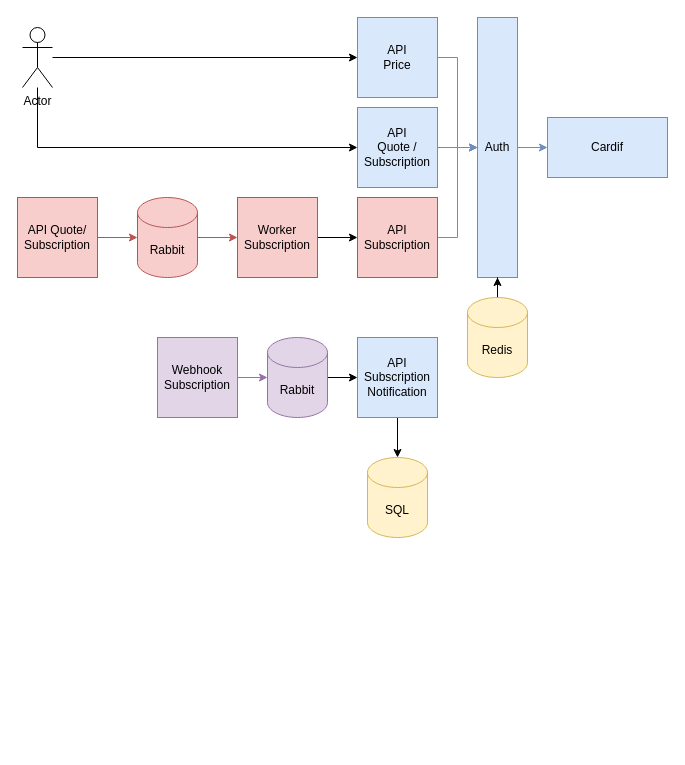
Earlier version of the draw.io diagram Untitled Diagram.drawio (fiewski/draw). Source tidied: cells renumbered, new cells numbered last; positions are measured from the earlier drawing's top-left corner, leaving out a move shared by most shapes. Both pictures are drawn from the tidied source at 100%, with x=0, y=0 at pixel (17, 17).
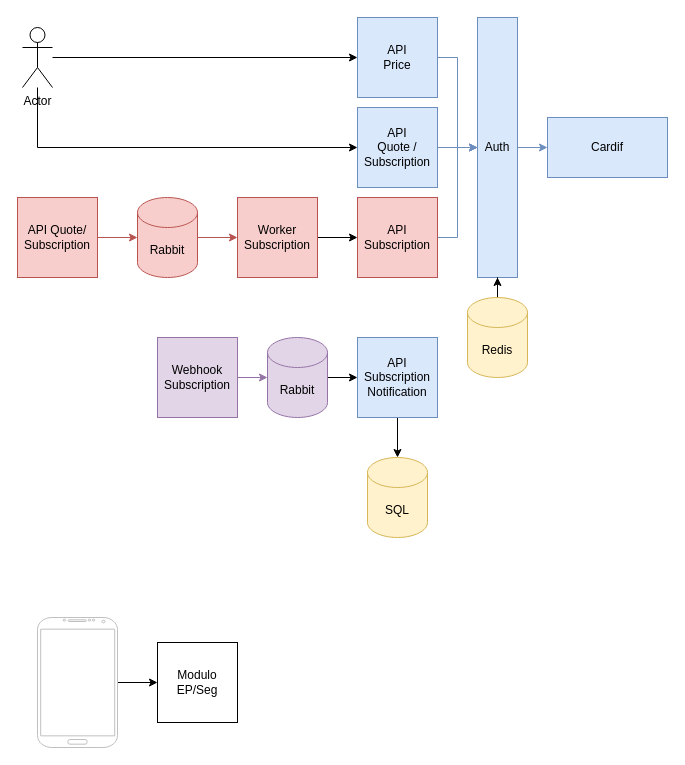
After the change.

Change to the diagram source:
```diff
@@
+    <mxCell id="29" style="edgeStyle=orthogonalEdgeStyle;rounded=0;jettySize=auto;html=1;" parent="1" edge="1" source="30" target="31">
+      <mxGeometry relative="1" as="geometry" />
+    </mxCell>
+    <mxCell id="30" style="verticalLabelPosition=bottom;verticalAlign=top;html=1;shadow=0;dashed=0;strokeWidth=1;shape=mxgraph.android.phone2;strokeColor=#c0c0c0;" parent="1" vertex="1">
+      <mxGeometry x="20" y="600" width="80" height="130" as="geometry" />
+    </mxCell>
+    <mxCell id="31" value="Modulo&lt;br&gt;EP/Seg" style="whiteSpace=wrap;html=1;" parent="1" vertex="1">
+      <mxGeometry x="140" y="625" width="80" height="80" as="geometry" />
+    </mxCell>
```
